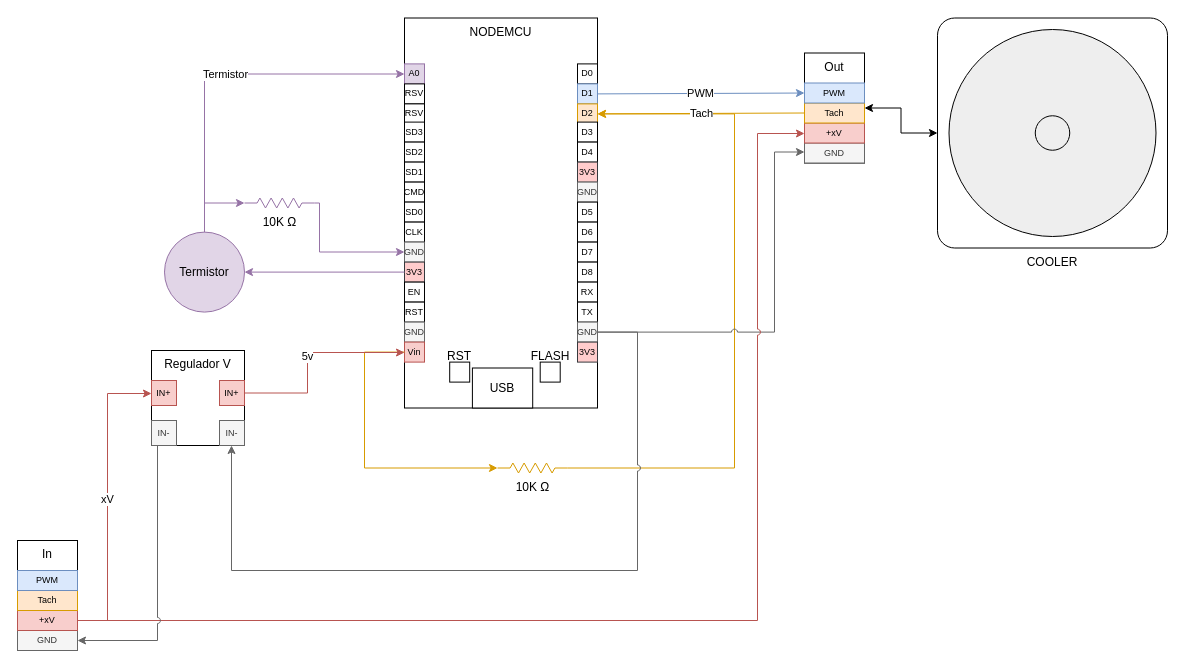
This is page "PC PWM" (1 of 3) of Esquema de conexiones.drawio from ianalexis/MicroFanController, a draw.io file, before an edit. Source tidied: cells renumbered, new cells numbered last; positions are measured from the earlier drawing's top-left corner, leaving out a move shared by most shapes. Both pictures are drawn from the tidied source at 100%, with x=0, y=0 at pixel (17, 18).
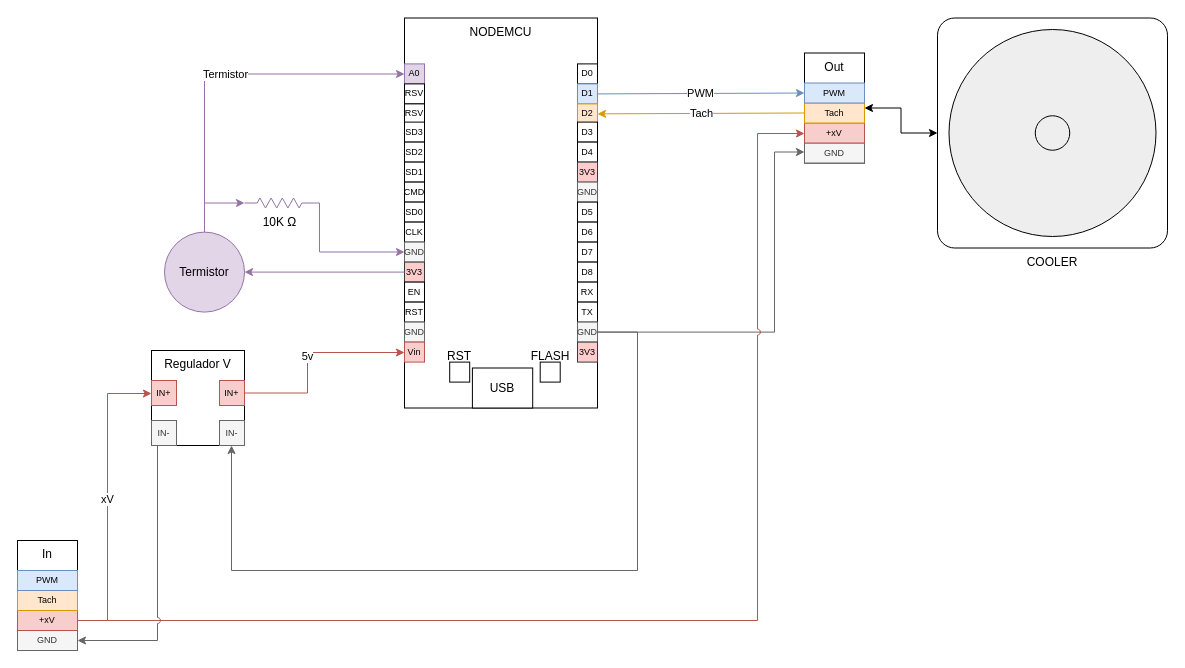
The same diagram, later.

Unchanged cells that the change refers to:
```xml
<mxCell id="7" value="D2" style="rounded=0;whiteSpace=wrap;html=1;fontSize=9;fillColor=#ffe6cc;strokeColor=#d79b00;" parent="3" vertex="1">
  <mxGeometry x="173" y="85.9" width="20" height="20" as="geometry" />
</mxCell>
<mxCell id="34" value="Vin" style="rounded=0;whiteSpace=wrap;html=1;fontSize=9;fillColor=#f8cecc;strokeColor=#b85450;" parent="3" vertex="1">
  <mxGeometry y="324.1" width="20" height="20" as="geometry" />
</mxCell>
```

Diff of the diagram source:
```diff
@@
-    <mxCell id="2" style="edgeStyle=orthogonalEdgeStyle;rounded=0;jettySize=auto;html=1;entryX=1;entryY=0.5;entryDx=0;entryDy=0;fillColor=#ffe6cc;strokeColor=#d79b00;flowAnimation=1;jumpStyle=arc;" parent="1" edge="1" source="45" target="7">
-      <mxGeometry relative="1" as="geometry">
-        <Array as="points">
-          <mxPoint x="717" y="449.5" />
-          <mxPoint x="717" y="95.5" />
-        </Array>
-      </mxGeometry>
-    </mxCell>
@@
-    <mxCell id="45" value="10K Ω" style="verticalLabelPosition=bottom;shadow=0;dashed=0;align=center;html=1;verticalAlign=top;shape=mxgraph.electrical.resistors.resistor_2;fillColor=#ffe6cc;strokeColor=#d79b00;" parent="1" vertex="1">
-      <mxGeometry x="480" y="444.5" width="70" height="10" as="geometry" />
-    </mxCell>
-    <mxCell id="46" style="edgeStyle=orthogonalEdgeStyle;rounded=0;jettySize=auto;html=1;fillColor=#ffe6cc;strokeColor=#d79b00;flowAnimation=1;jumpStyle=arc;" parent="1" edge="1" source="34" target="45">
-      <mxGeometry relative="1" as="geometry">
-        <Array as="points">
-          <mxPoint x="347" y="333.5" />
-          <mxPoint x="347" y="449.5" />
-        </Array>
-      </mxGeometry>
-    </mxCell>
```
